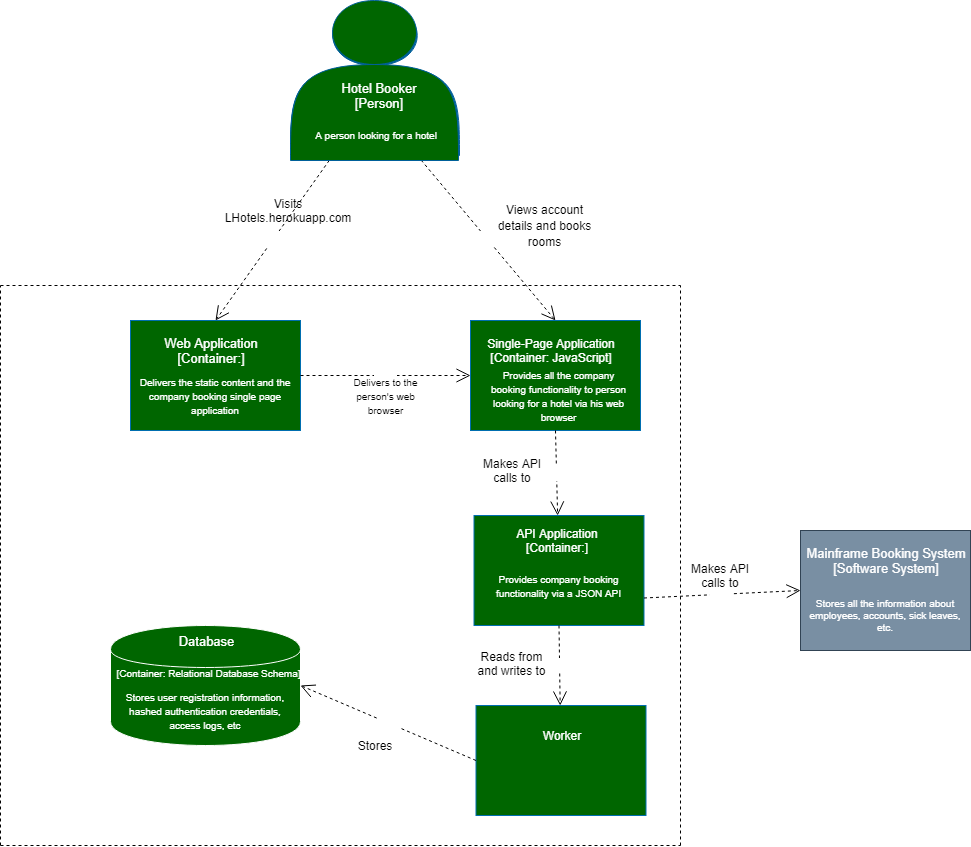
diercan/PSSC-2019 keeps this draw.io diagram as FALK_BOGDAN/Proiect/C4_Model/C4Diagram-Container.png. Above is the earlier version. Source tidied: cells renumbered, new cells last; positions are measured from the earlier drawing's top-left corner, leaving out a move shared by most shapes.
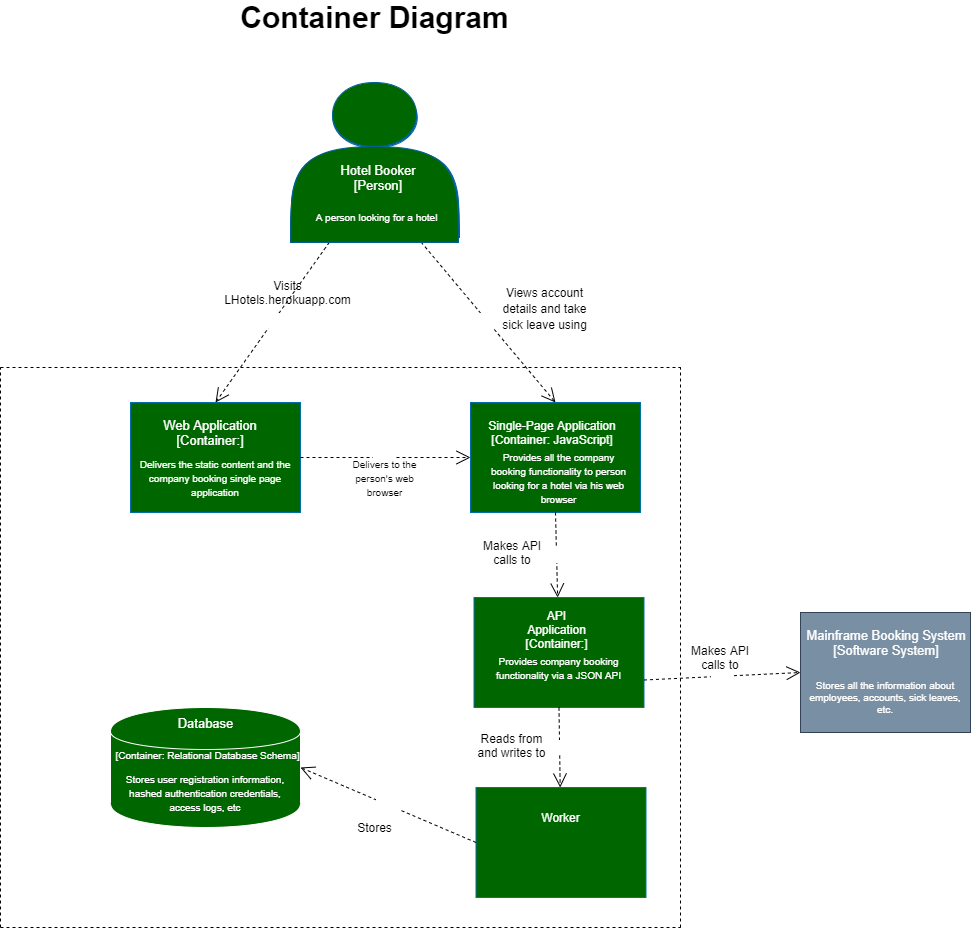
Above is the later version.

Diff of the diagram source:
```diff
@@ -26,7 +26,7 @@
     <mxCell id="9" value="E-mail System&lt;br style=&quot;font-size: 13px;&quot;&gt;[Software System]" style="text;html=1;strokeColor=none;fillColor=none;align=center;verticalAlign=middle;whiteSpace=wrap;rounded=0;shadow=0;fontSize=13;fontColor=#FFFFFF;" parent="1" vertex="1">
       <mxGeometry x="825" y="215" width="110" height="20" as="geometry" />
     </mxCell>
-    <mxCell id="10" value="&lt;font style=&quot;font-size: 12px&quot;&gt;Views account details and books rooms&lt;/font&gt;" style="text;html=1;strokeColor=none;fillColor=none;align=center;verticalAlign=middle;whiteSpace=wrap;rounded=0;shadow=0;fontSize=14;fontColor=#000000;" parent="1" vertex="1">
+    <mxCell id="10" value="&lt;font style=&quot;font-size: 12px&quot;&gt;Views account details and take sick leave using&lt;/font&gt;" style="text;html=1;strokeColor=none;fillColor=none;align=center;verticalAlign=middle;whiteSpace=wrap;rounded=0;shadow=0;fontSize=14;fontColor=#000000;" parent="1" vertex="1">
       <mxGeometry x="491" y="187.5" width="107" height="75" as="geometry" />
     </mxCell>
     <mxCell id="11" style="rounded=0;whiteSpace=wrap;html=1;fillColor=#006600;strokeColor=#006EAF;fontColor=#ffffff;" parent="1" vertex="1">
@@ -143,5 +143,8 @@
     <mxCell id="44" value="A person looking for a hotel" style="text;html=1;strokeColor=none;fillColor=none;align=center;verticalAlign=middle;whiteSpace=wrap;rounded=0;shadow=0;fontColor=#FFFFFF;fontSize=10;" parent="1" vertex="1">
       <mxGeometry x="293" y="120" width="165" height="30" as="geometry" />
     </mxCell>
+    <mxCell id="45" value="&lt;font style=&quot;font-size: 30px&quot;&gt;&lt;b&gt;Container Diagram&lt;/b&gt;&lt;br&gt;&lt;/font&gt;" style="text;html=1;strokeColor=none;fillColor=none;align=center;verticalAlign=middle;whiteSpace=wrap;rounded=0;" parent="1" vertex="1">
+      <mxGeometry x="226.8" y="-75" width="294.5" height="20" as="geometry" />
+    </mxCell>
   </root>
 </mxGraphModel>
```
